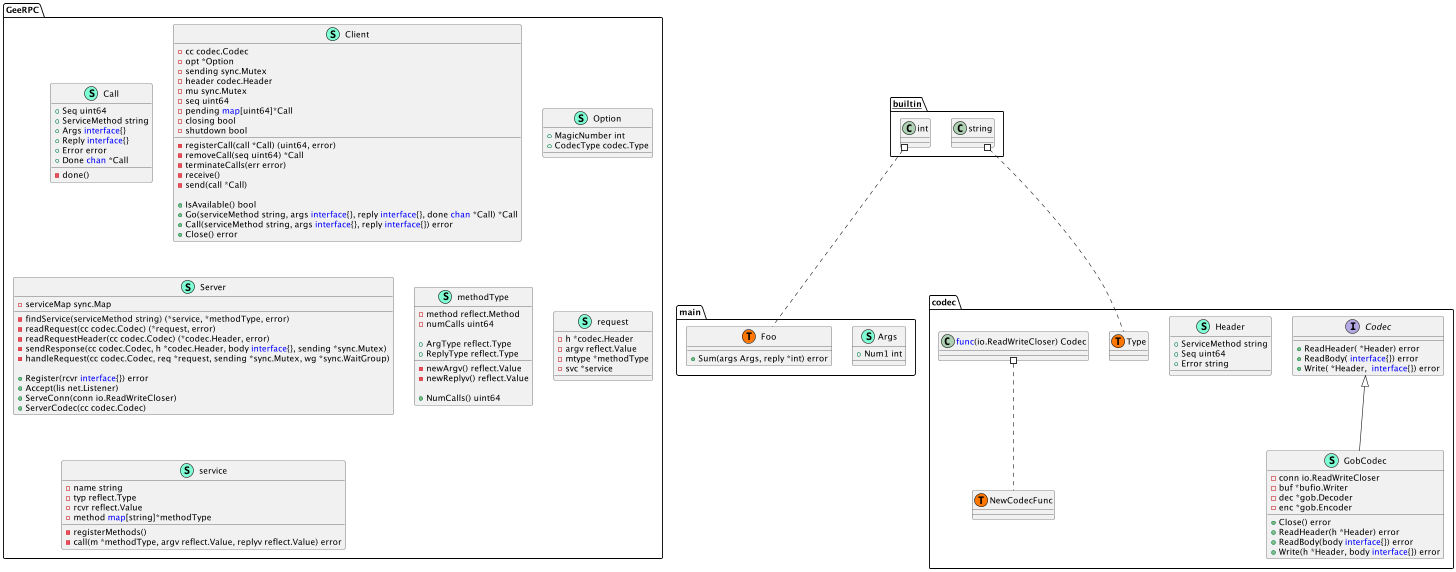
The PlantUML diagram docs/GeeRPC.png in Cris-Cui/GeeRPC, before a commit.
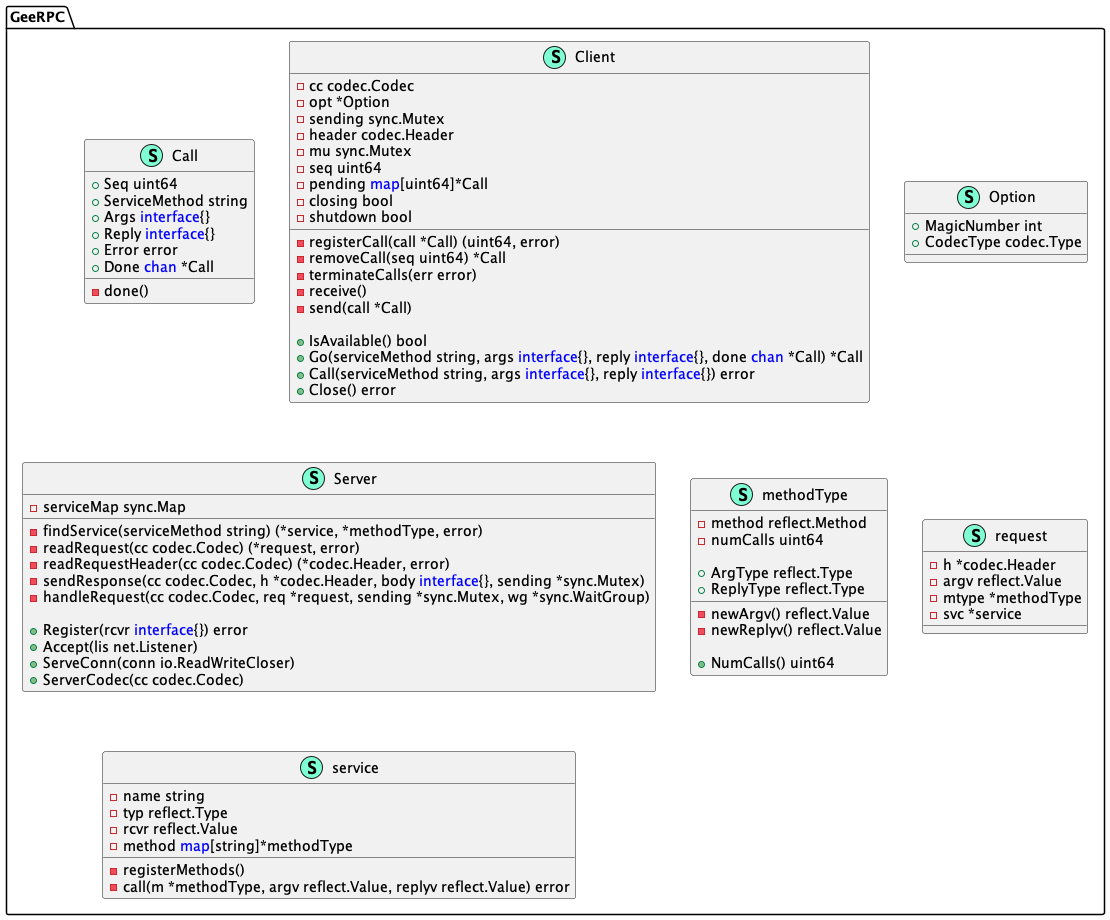
Later version of the same file.

Diff of the diagram source:
```diff
@@ -87,56 +87,4 @@
 }
 
 
-namespace codec {
-    interface Codec  {
-        + ReadHeader( *Header) error
-        + ReadBody( <font color=blue>interface</font>{}) error
-        + Write( *Header,  <font color=blue>interface</font>{}) error
-
-    }
-    class GobCodec << (S,Aquamarine) >> {
-        - conn io.ReadWriteCloser
-        - buf *bufio.Writer
-        - dec *gob.Decoder
-        - enc *gob.Encoder
-
-        + Close() error
-        + ReadHeader(h *Header) error
-        + ReadBody(body <font color=blue>interface</font>{}) error
-        + Write(h *Header, body <font color=blue>interface</font>{}) error
-
-    }
-    class Header << (S,Aquamarine) >> {
-        + ServiceMethod string
-        + Seq uint64
-        + Error string
-
-    }
-    class codec.NewCodecFunc << (T, #FF7700) >>  {
-    }
-    class codec.Type << (T, #FF7700) >>  {
-    }
-    class "<font color=blue>func</font>(io.ReadWriteCloser) Codec" as fontcolorbluefuncfontioReadWriteCloserCodec {
-    }
-}
-
-"codec.Codec" <|-- "codec.GobCodec"
-
-namespace main {
-    class Args << (S,Aquamarine) >> {
-        + Num1 int
-
-    }
-    class Foo << (S,Aquamarine) >> {
-        + Sum(args Args, reply *int) error
-
-    }
-    class main.Foo << (T, #FF7700) >>  {
-    }
-}
-
-
-"__builtin__.int" #.. "main.Foo"
-"__builtin__.string" #.. "codec.Type"
-"codec.fontcolorbluefuncfontioReadWriteCloserCodec" #.. "codec.NewCodecFunc"
 @enduml
```
